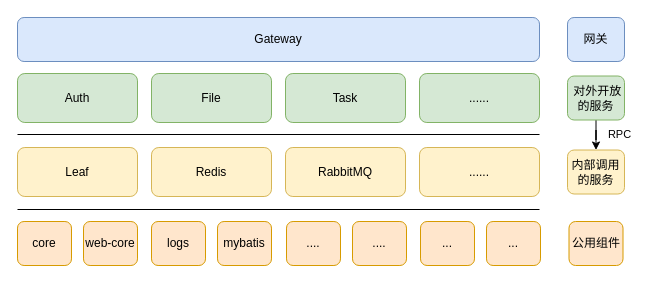
The draw.io diagram page "组件结构图" (1 of 4) of data-hamal.drawio in wojiaojsjzs/data-hamal, before the edit. Source tidied: cells renumbered, new cells numbered last; positions are measured from the earlier drawing's top-left corner, leaving out a move shared by most shapes. Both pictures are drawn from the tidied source at 100%, with x=0, y=0 at pixel (17, 17).
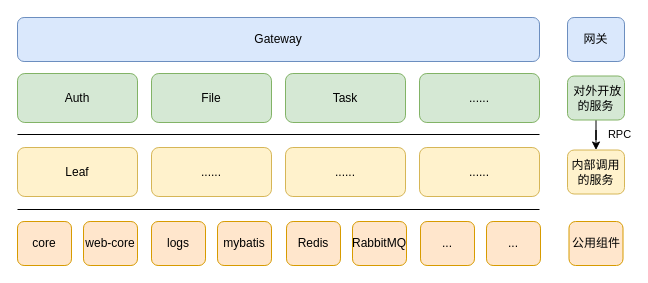
Above is the later version.

Change to the diagram source:
```diff
@@
-    <mxCell id="8" value="Redis" style="rounded=1;whiteSpace=wrap;html=1;fillColor=#fff2cc;strokeColor=#d6b656;" parent="1" vertex="1">
+    <mxCell id="8" value="&lt;span style=&quot;color: rgb(0, 0, 0); font-family: Helvetica; font-size: 12px; font-style: normal; font-variant-ligatures: normal; font-variant-caps: normal; font-weight: 400; letter-spacing: normal; orphans: 2; text-align: center; text-indent: 0px; text-transform: none; widows: 2; word-spacing: 0px; -webkit-text-stroke-width: 0px; text-decoration-thickness: initial; text-decoration-style: initial; text-decoration-color: initial; float: none; display: inline !important;&quot;&gt;......&lt;/span&gt;" style="rounded=1;whiteSpace=wrap;html=1;fillColor=#fff2cc;strokeColor=#d6b656;labelBackgroundColor=none;" parent="1" vertex="1">
       <mxGeometry x="134" y="130" width="120" height="49" as="geometry" />
     </mxCell>
@@
-    <mxCell id="10" value="RabbitMQ" style="rounded=1;whiteSpace=wrap;html=1;fillColor=#fff2cc;strokeColor=#d6b656;" parent="1" vertex="1">
+    <mxCell id="10" value="&lt;span style=&quot;color: rgb(0, 0, 0); font-family: Helvetica; font-size: 12px; font-style: normal; font-variant-ligatures: normal; font-variant-caps: normal; font-weight: 400; letter-spacing: normal; orphans: 2; text-align: center; text-indent: 0px; text-transform: none; widows: 2; word-spacing: 0px; -webkit-text-stroke-width: 0px; text-decoration-thickness: initial; text-decoration-style: initial; text-decoration-color: initial; float: none; display: inline !important;&quot;&gt;......&lt;/span&gt;" style="rounded=1;whiteSpace=wrap;html=1;fillColor=#fff2cc;strokeColor=#d6b656;labelBackgroundColor=none;" parent="1" vertex="1">
       <mxGeometry x="268" y="130" width="120" height="49" as="geometry" />
     </mxCell>
@@
-    <mxCell id="22" value="...." style="rounded=1;whiteSpace=wrap;html=1;fillColor=#ffe6cc;strokeColor=#d79b00;" parent="1" vertex="1">
+    <mxCell id="22" value="Redis" style="rounded=1;whiteSpace=wrap;html=1;fillColor=#ffe6cc;strokeColor=#d79b00;" parent="1" vertex="1">
       <mxGeometry x="269" y="204" width="54" height="44" as="geometry" />
     </mxCell>
-    <mxCell id="23" value="...." style="rounded=1;whiteSpace=wrap;html=1;fillColor=#ffe6cc;strokeColor=#d79b00;" parent="1" vertex="1">
+    <mxCell id="23" value="RabbitMQ" style="rounded=1;whiteSpace=wrap;html=1;fillColor=#ffe6cc;strokeColor=#d79b00;" parent="1" vertex="1">
       <mxGeometry x="335" y="204" width="54" height="44" as="geometry" />
     </mxCell>
```
